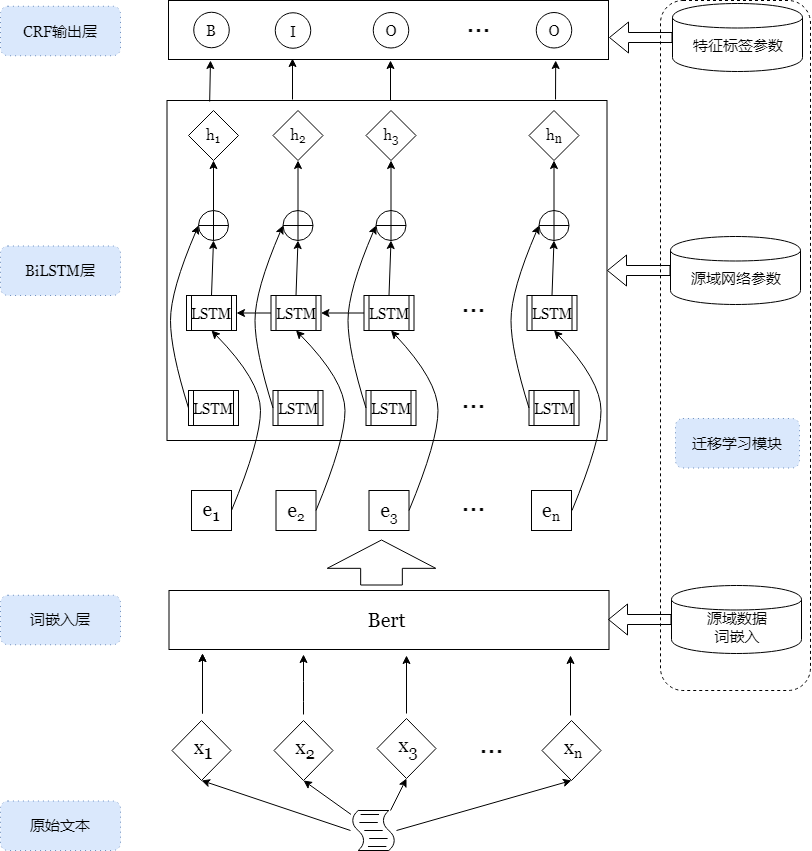
Earlier version of the draw.io export Trans-Bert-BiLSTM-CRF-CN.png (yhx123hero/CyberspaceSecurity_NER). Source tidied: cells renumbered, new cells last; positions are measured from the earlier drawing's top-left corner, leaving out a move shared by most shapes.
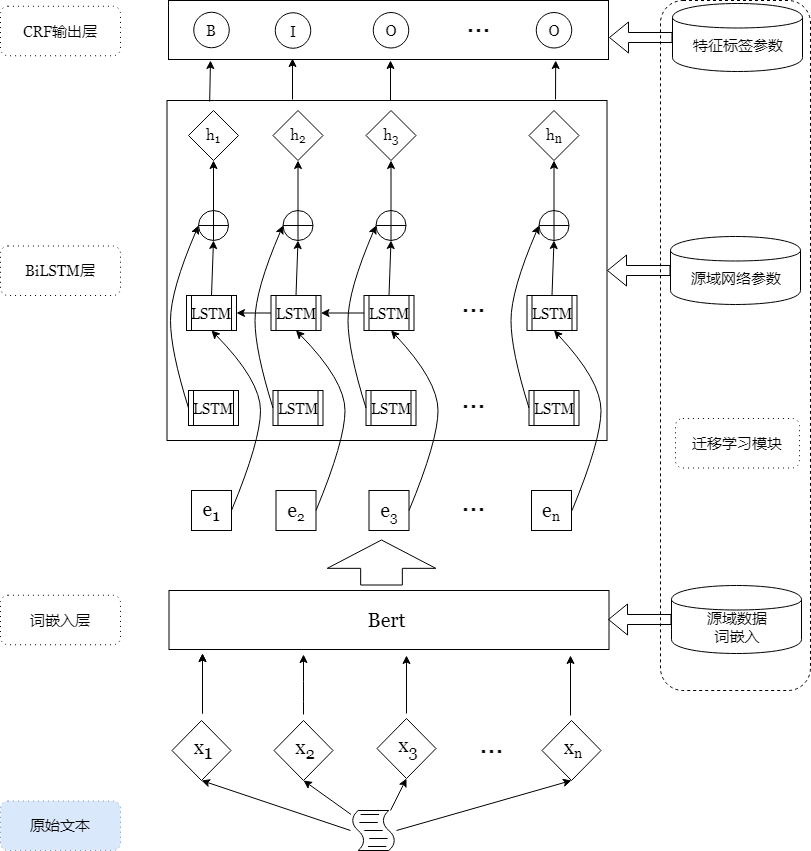
Above is the later version.

The edit, as a diff of the source:
```diff
@@ -376,16 +376,16 @@
     <mxCell id="98" style="endArrow=classic;html=1;fontFamily=Georgia;fontSize=15;exitX=0.883;exitY=-0.003;exitDx=0;exitDy=0;exitPerimeter=0;entryX=0.88;entryY=1.017;entryDx=0;entryDy=0;entryPerimeter=0;" parent="1" edge="1" source="3" target="83">
       <mxGeometry relative="1" as="geometry" />
     </mxCell>
-    <mxCell id="99" value="CRF输出层" style="shape=ext;rounded=1;html=1;whiteSpace=wrap;dashed=1;dashPattern=1 4;labelBackgroundColor=none;fontFamily=Georgia;fontSize=15;fillColor=#dae8fc;strokeColor=#6c8ebf;" parent="1" vertex="1">
+    <mxCell id="99" value="CRF输出层" style="shape=ext;rounded=1;html=1;whiteSpace=wrap;dashed=1;dashPattern=1 4;labelBackgroundColor=none;fontFamily=Georgia;fontSize=15;" parent="1" vertex="1">
       <mxGeometry y="5.8" width="120" height="49.5" as="geometry" />
     </mxCell>
-    <mxCell id="100" value="BiLSTM层" style="shape=ext;rounded=1;html=1;whiteSpace=wrap;dashed=1;dashPattern=1 4;labelBackgroundColor=none;fontFamily=Georgia;fontSize=15;fillColor=#dae8fc;strokeColor=#6c8ebf;" parent="1" vertex="1">
+    <mxCell id="100" value="BiLSTM层" style="shape=ext;rounded=1;html=1;whiteSpace=wrap;dashed=1;dashPattern=1 4;labelBackgroundColor=none;fontFamily=Georgia;fontSize=15;" parent="1" vertex="1">
       <mxGeometry y="245.5" width="120" height="49.5" as="geometry" />
     </mxCell>
-    <mxCell id="101" value="词嵌入层" style="shape=ext;rounded=1;html=1;whiteSpace=wrap;dashed=1;dashPattern=1 4;labelBackgroundColor=none;fontFamily=Georgia;fontSize=15;fillColor=#dae8fc;strokeColor=#6c8ebf;" parent="1" vertex="1">
+    <mxCell id="101" value="词嵌入层" style="shape=ext;rounded=1;html=1;whiteSpace=wrap;dashed=1;dashPattern=1 4;labelBackgroundColor=none;fontFamily=Georgia;fontSize=15;" parent="1" vertex="1">
       <mxGeometry y="594.8" width="120" height="49.5" as="geometry" />
     </mxCell>
-    <mxCell id="102" value="迁移学习模块" style="shape=ext;rounded=1;html=1;whiteSpace=wrap;dashed=1;dashPattern=1 4;labelBackgroundColor=none;fontFamily=Georgia;fontSize=15;fillColor=#dae8fc;strokeColor=#6c8ebf;" parent="1" vertex="1">
+    <mxCell id="102" value="迁移学习模块" style="shape=ext;rounded=1;html=1;whiteSpace=wrap;dashed=1;dashPattern=1 4;labelBackgroundColor=none;fontFamily=Georgia;fontSize=15;" parent="1" vertex="1">
       <mxGeometry x="675" y="418" width="124" height="49.5" as="geometry" />
     </mxCell>
     <mxCell id="103" value="原始文本" style="shape=ext;rounded=1;html=1;whiteSpace=wrap;dashed=1;dashPattern=1 4;labelBackgroundColor=none;fontFamily=Georgia;fontSize=15;fillColor=#dae8fc;strokeColor=#6c8ebf;" parent="1" vertex="1">
```
